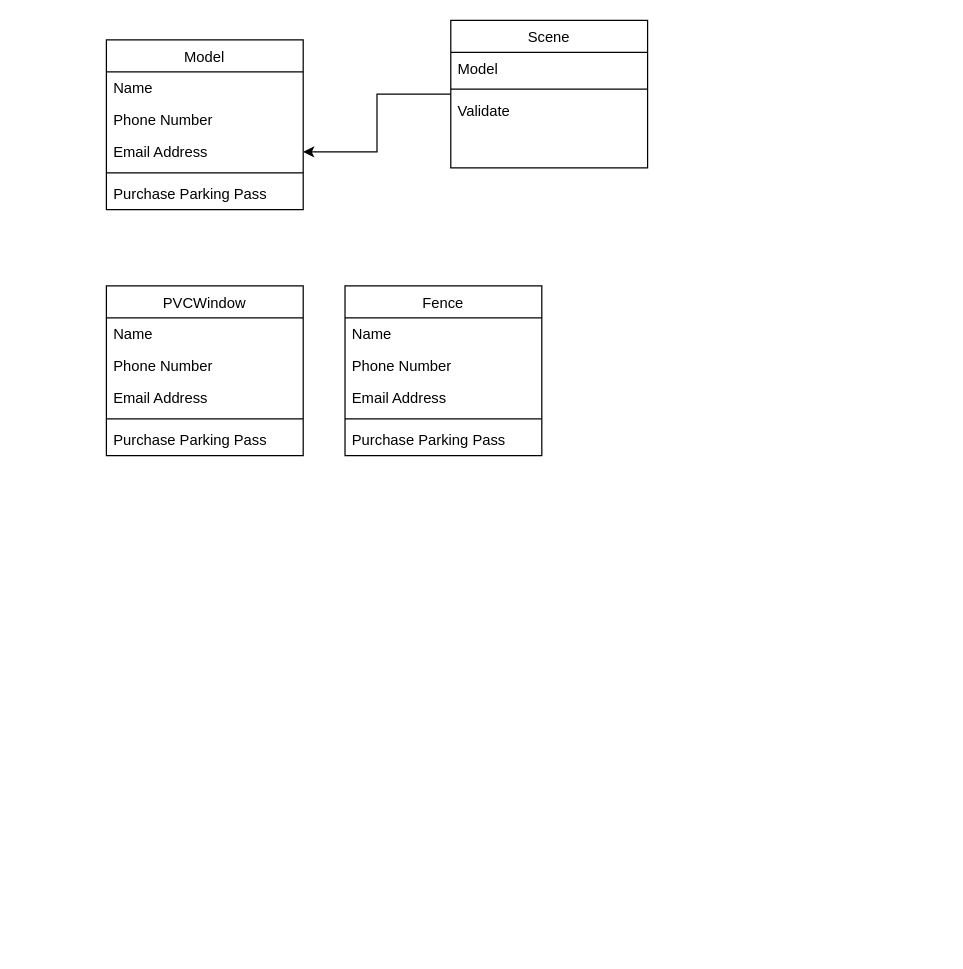
DaddyStannis/build-helper.js keeps this draw.io diagram as Діаграма без назви.drawio. Above is the earlier version. Source tidied: cells renumbered, new cells numbered last; positions are measured from the earlier drawing's top-left corner, leaving out a move shared by most shapes. Both pictures are drawn from the tidied source at 123%, with x=0, y=0 at pixel (106, 20).
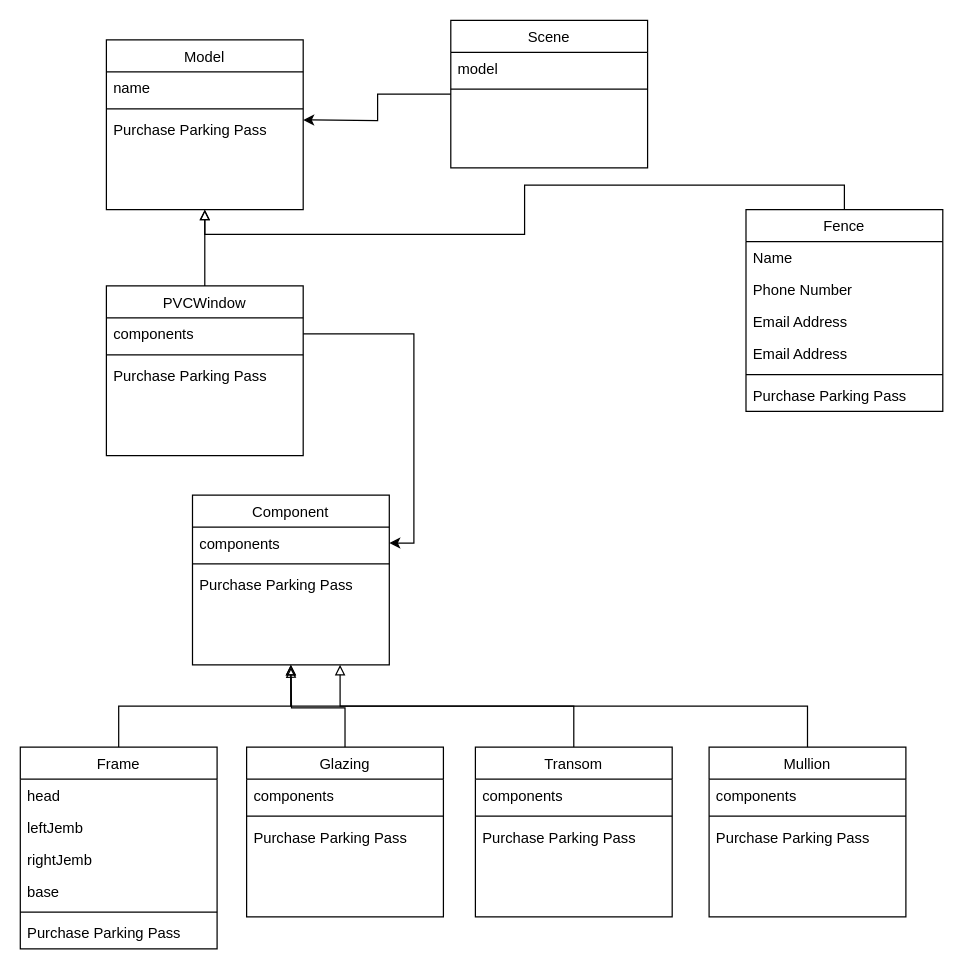
The same diagram, later.

Unchanged cells that the change refers to:
```xml
<mxCell id="2" value="Model" style="swimlane;fontStyle=0;align=center;verticalAlign=top;horizontal=1;startSize=26;rounded=0;shadow=0;strokeWidth=1;" parent="1" vertex="1">
  <mxGeometry y="16" width="160" height="138" as="geometry" />
</mxCell>
<mxCell id="9" value="Scene" style="swimlane;fontStyle=0;align=center;verticalAlign=top;horizontal=1;startSize=26;rounded=0;shadow=0;strokeWidth=1;" parent="1" vertex="1">
  <mxGeometry x="280" width="160" height="120" as="geometry" />
</mxCell>
<mxCell id="13" value="PVCWindow" style="swimlane;fontStyle=0;align=center;verticalAlign=top;horizontal=1;startSize=26;rounded=0;shadow=0;strokeWidth=1;" parent="1" vertex="1">
  <mxGeometry y="216" width="160" height="138" as="geometry" />
</mxCell>
```

Diff of the diagram source:
```diff
@@
-    <mxCell id="3" value="Name" style="text;align=left;verticalAlign=top;spacingLeft=4;spacingRight=4;overflow=hidden;" parent="2" vertex="1">
+    <mxCell id="3" value="name" style="text;align=left;verticalAlign=top;spacingLeft=4;spacingRight=4;overflow=hidden;" parent="2" vertex="1">
       <mxGeometry y="26" width="160" height="26" as="geometry" />
     </mxCell>
-    <mxCell id="4" value="Phone Number" style="text;align=left;verticalAlign=top;spacingLeft=4;spacingRight=4;overflow=hidden;rounded=0;shadow=0;html=0;" parent="2" vertex="1">
-      <mxGeometry y="52" width="160" height="26" as="geometry" />
-    </mxCell>
-    <mxCell id="5" value="Email Address" style="text;align=left;verticalAlign=top;spacingLeft=4;spacingRight=4;overflow=hidden;points=[[0,0.5],[1,0.5]];portConstraint=eastwest;rounded=0;shadow=0;html=0;" parent="2" vertex="1">
-      <mxGeometry y="78" width="160" height="26" as="geometry" />
-    </mxCell>
     <mxCell id="6" style="line;html=1;strokeWidth=1;align=left;verticalAlign=middle;spacingTop=-1;spacingLeft=3;spacingRight=3;labelPosition=right;" parent="2" vertex="1">
-      <mxGeometry y="104" width="160" height="8" as="geometry" />
+      <mxGeometry y="52" width="160" height="8" as="geometry" />
     </mxCell>
     <mxCell id="7" value="Purchase Parking Pass" style="text;align=left;verticalAlign=top;spacingLeft=4;spacingRight=4;overflow=hidden;" parent="2" vertex="1">
-      <mxGeometry y="112" width="160" height="26" as="geometry" />
+      <mxGeometry y="60" width="160" height="26" as="geometry" />
     </mxCell>
-    <mxCell id="8" style="edgeStyle=orthogonalEdgeStyle;rounded=0;jettySize=auto;html=1;" parent="1" edge="1" source="9" target="5">
-      <mxGeometry relative="1" as="geometry" />
+    <mxCell id="8" style="edgeStyle=orthogonalEdgeStyle;rounded=0;jettySize=auto;html=1;" parent="1" edge="1" source="9">
+      <mxGeometry relative="1" as="geometry">
+        <mxPoint x="160" y="81" as="targetPoint" />
+      </mxGeometry>
     </mxCell>
@@
-    <mxCell id="10" value="Model" style="text;align=left;verticalAlign=top;spacingLeft=4;spacingRight=4;overflow=hidden;" parent="9" vertex="1">
+    <mxCell id="10" value="model" style="text;align=left;verticalAlign=top;spacingLeft=4;spacingRight=4;overflow=hidden;" parent="9" vertex="1">
       <mxGeometry y="26" width="160" height="26" as="geometry" />
     </mxCell>
@@
-    <mxCell id="12" value="Validate" style="text;align=left;verticalAlign=top;spacingLeft=4;spacingRight=4;overflow=hidden;" parent="9" vertex="1">
-      <mxGeometry y="60" width="160" height="26" as="geometry" />
-    </mxCell>
+    <mxCell id="25" style="edgeStyle=orthogonalEdgeStyle;rounded=0;jettySize=auto;html=1;exitX=0.5;exitY=0;exitDx=0;exitDy=0;endArrow=block;endFill=0;entryX=0.5;entryY=1;entryDx=0;entryDy=0;" parent="1" edge="1" source="13" target="2">
+      <mxGeometry relative="1" as="geometry" />
+    </mxCell>
@@
-    <mxCell id="14" value="Name" style="text;align=left;verticalAlign=top;spacingLeft=4;spacingRight=4;overflow=hidden;points=[[0,0.5],[1,0.5]];portConstraint=eastwest;" parent="13" vertex="1">
+    <mxCell id="14" value="components&#10;" style="text;align=left;verticalAlign=top;spacingLeft=4;spacingRight=4;overflow=hidden;points=[[0,0.5],[1,0.5]];portConstraint=eastwest;" parent="13" vertex="1">
       <mxGeometry y="26" width="160" height="26" as="geometry" />
     </mxCell>
-    <mxCell id="15" value="Phone Number" style="text;align=left;verticalAlign=top;spacingLeft=4;spacingRight=4;overflow=hidden;rounded=0;shadow=0;html=0;" parent="13" vertex="1">
-      <mxGeometry y="52" width="160" height="26" as="geometry" />
-    </mxCell>
-    <mxCell id="16" value="Email Address" style="text;align=left;verticalAlign=top;spacingLeft=4;spacingRight=4;overflow=hidden;rounded=0;shadow=0;html=0;" parent="13" vertex="1">
-      <mxGeometry y="78" width="160" height="26" as="geometry" />
-    </mxCell>
     <mxCell id="17" style="line;html=1;strokeWidth=1;align=left;verticalAlign=middle;spacingTop=-1;spacingLeft=3;spacingRight=3;labelPosition=right;" parent="13" vertex="1">
-      <mxGeometry y="104" width="160" height="8" as="geometry" />
+      <mxGeometry y="52" width="160" height="8" as="geometry" />
     </mxCell>
     <mxCell id="18" value="Purchase Parking Pass" style="text;align=left;verticalAlign=top;spacingLeft=4;spacingRight=4;overflow=hidden;" parent="13" vertex="1">
-      <mxGeometry y="112" width="160" height="26" as="geometry" />
+      <mxGeometry y="60" width="160" height="26" as="geometry" />
     </mxCell>
     <mxCell id="19" value="Fence" style="swimlane;fontStyle=0;align=center;verticalAlign=top;horizontal=1;startSize=26;rounded=0;shadow=0;strokeWidth=1;" parent="1" vertex="1">
-      <mxGeometry x="194" y="216" width="160" height="138" as="geometry" />
+      <mxGeometry x="520" y="154" width="160" height="164" as="geometry" />
     </mxCell>
@@
+    <mxCell id="26" value="Email Address" style="text;align=left;verticalAlign=top;spacingLeft=4;spacingRight=4;overflow=hidden;rounded=0;shadow=0;html=0;" parent="19" vertex="1">
+      <mxGeometry y="78" width="160" height="26" as="geometry" />
+    </mxCell>
     <mxCell id="22" value="Email Address" style="text;align=left;verticalAlign=top;spacingLeft=4;spacingRight=4;overflow=hidden;rounded=0;shadow=0;html=0;" parent="19" vertex="1">
-      <mxGeometry y="78" width="160" height="26" as="geometry" />
+      <mxGeometry y="104" width="160" height="26" as="geometry" />
     </mxCell>
     <mxCell id="23" style="line;html=1;strokeWidth=1;align=left;verticalAlign=middle;spacingTop=-1;spacingLeft=3;spacingRight=3;labelPosition=right;" parent="19" vertex="1">
-      <mxGeometry y="104" width="160" height="8" as="geometry" />
+      <mxGeometry y="130" width="160" height="8" as="geometry" />
     </mxCell>
     <mxCell id="24" value="Purchase Parking Pass" style="text;align=left;verticalAlign=top;spacingLeft=4;spacingRight=4;overflow=hidden;" parent="19" vertex="1">
-      <mxGeometry y="112" width="160" height="26" as="geometry" />
+      <mxGeometry y="138" width="160" height="26" as="geometry" />
     </mxCell>
+    <mxCell id="27" style="edgeStyle=orthogonalEdgeStyle;rounded=0;jettySize=auto;html=1;exitX=0.5;exitY=0;exitDx=0;exitDy=0;entryX=0.5;entryY=1;entryDx=0;entryDy=0;endArrow=block;endFill=0;strokeWidth=1;" parent="1" edge="1" source="19" target="2">
+      <mxGeometry relative="1" as="geometry" />
+    </mxCell>
+    <mxCell id="28" value="Component" style="swimlane;fontStyle=0;align=center;verticalAlign=top;horizontal=1;startSize=26;rounded=0;shadow=0;strokeWidth=1;" parent="1" vertex="1">
+      <mxGeometry x="70" y="386" width="160" height="138" as="geometry" />
+    </mxCell>
+    <mxCell id="29" value="components&#10;" style="text;align=left;verticalAlign=top;spacingLeft=4;spacingRight=4;overflow=hidden;points=[[0,0.5],[1,0.5]];portConstraint=eastwest;" parent="28" vertex="1">
+      <mxGeometry y="26" width="160" height="26" as="geometry" />
+    </mxCell>
+    <mxCell id="30" style="line;html=1;strokeWidth=1;align=left;verticalAlign=middle;spacingTop=-1;spacingLeft=3;spacingRight=3;labelPosition=right;" parent="28" vertex="1">
+      <mxGeometry y="52" width="160" height="8" as="geometry" />
+    </mxCell>
+    <mxCell id="31" value="Purchase Parking Pass" style="text;align=left;verticalAlign=top;spacingLeft=4;spacingRight=4;overflow=hidden;" parent="28" vertex="1">
+      <mxGeometry y="60" width="160" height="26" as="geometry" />
+    </mxCell>
+    <mxCell id="32" style="edgeStyle=orthogonalEdgeStyle;rounded=0;jettySize=auto;html=1;exitX=0.5;exitY=0;exitDx=0;exitDy=0;entryX=0.75;entryY=1;entryDx=0;entryDy=0;endArrow=block;endFill=0;" parent="1" edge="1" source="33" target="28">
+      <mxGeometry relative="1" as="geometry" />
+    </mxCell>
+    <mxCell id="33" value="Transom" style="swimlane;fontStyle=0;align=center;verticalAlign=top;horizontal=1;startSize=26;rounded=0;shadow=0;strokeWidth=1;" parent="1" vertex="1">
+      <mxGeometry x="300" y="591" width="160" height="138" as="geometry" />
+    </mxCell>
+    <mxCell id="34" value="components&#10;" style="text;align=left;verticalAlign=top;spacingLeft=4;spacingRight=4;overflow=hidden;" parent="33" vertex="1">
+      <mxGeometry y="26" width="160" height="26" as="geometry" />
+    </mxCell>
+    <mxCell id="35" style="line;html=1;strokeWidth=1;align=left;verticalAlign=middle;spacingTop=-1;spacingLeft=3;spacingRight=3;labelPosition=right;" parent="33" vertex="1">
+      <mxGeometry y="52" width="160" height="8" as="geometry" />
+    </mxCell>
+    <mxCell id="36" value="Purchase Parking Pass" style="text;align=left;verticalAlign=top;spacingLeft=4;spacingRight=4;overflow=hidden;" parent="33" vertex="1">
+      <mxGeometry y="60" width="160" height="26" as="geometry" />
+    </mxCell>
+    <mxCell id="37" style="edgeStyle=orthogonalEdgeStyle;rounded=0;jettySize=auto;html=1;exitX=0.5;exitY=0;exitDx=0;exitDy=0;entryX=0.5;entryY=1;entryDx=0;entryDy=0;endArrow=block;endFill=0;" parent="1" edge="1" source="38" target="28">
+      <mxGeometry relative="1" as="geometry" />
+    </mxCell>
+    <mxCell id="38" value="Mullion" style="swimlane;fontStyle=0;align=center;verticalAlign=top;horizontal=1;startSize=26;rounded=0;shadow=0;strokeWidth=1;" parent="1" vertex="1">
+      <mxGeometry x="490" y="591" width="160" height="138" as="geometry" />
+    </mxCell>
+    <mxCell id="39" value="components&#10;" style="text;align=left;verticalAlign=top;spacingLeft=4;spacingRight=4;overflow=hidden;" parent="38" vertex="1">
+      <mxGeometry y="26" width="160" height="26" as="geometry" />
+    </mxCell>
+    <mxCell id="40" style="line;html=1;strokeWidth=1;align=left;verticalAlign=middle;spacingTop=-1;spacingLeft=3;spacingRight=3;labelPosition=right;" parent="38" vertex="1">
+      <mxGeometry y="52" width="160" height="8" as="geometry" />
+    </mxCell>
+    <mxCell id="41" value="Purchase Parking Pass" style="text;align=left;verticalAlign=top;spacingLeft=4;spacingRight=4;overflow=hidden;" parent="38" vertex="1">
+      <mxGeometry y="60" width="160" height="26" as="geometry" />
+    </mxCell>
+    <mxCell id="42" style="edgeStyle=orthogonalEdgeStyle;rounded=0;jettySize=auto;html=1;exitX=0.5;exitY=0;exitDx=0;exitDy=0;endArrow=block;endFill=0;" parent="1" edge="1" source="43">
+      <mxGeometry relative="1" as="geometry">
+        <mxPoint x="150" y="526" as="targetPoint" />
+      </mxGeometry>
+    </mxCell>
+    <mxCell id="43" value="Glazing" style="swimlane;fontStyle=0;align=center;verticalAlign=top;horizontal=1;startSize=26;rounded=0;shadow=0;strokeWidth=1;" parent="1" vertex="1">
+      <mxGeometry x="114" y="591" width="160" height="138" as="geometry" />
+    </mxCell>
+    <mxCell id="44" value="components&#10;" style="text;align=left;verticalAlign=top;spacingLeft=4;spacingRight=4;overflow=hidden;" parent="43" vertex="1">
+      <mxGeometry y="26" width="160" height="26" as="geometry" />
+    </mxCell>
+    <mxCell id="45" style="line;html=1;strokeWidth=1;align=left;verticalAlign=middle;spacingTop=-1;spacingLeft=3;spacingRight=3;labelPosition=right;" parent="43" vertex="1">
+      <mxGeometry y="52" width="160" height="8" as="geometry" />
+    </mxCell>
+    <mxCell id="46" value="Purchase Parking Pass" style="text;align=left;verticalAlign=top;spacingLeft=4;spacingRight=4;overflow=hidden;" parent="43" vertex="1">
+      <mxGeometry y="60" width="160" height="26" as="geometry" />
+    </mxCell>
+    <mxCell id="47" style="edgeStyle=orthogonalEdgeStyle;rounded=0;jettySize=auto;html=1;exitX=0.5;exitY=0;exitDx=0;exitDy=0;entryX=0.5;entryY=1;entryDx=0;entryDy=0;endArrow=block;endFill=0;" parent="1" edge="1" source="48" target="28">
+      <mxGeometry relative="1" as="geometry" />
+    </mxCell>
+    <mxCell id="48" value="Frame" style="swimlane;fontStyle=0;align=center;verticalAlign=top;horizontal=1;startSize=26;rounded=0;shadow=0;strokeWidth=1;" parent="1" vertex="1">
+      <mxGeometry x="-70" y="591" width="160" height="164" as="geometry" />
+    </mxCell>
+    <mxCell id="49" value="head" style="text;align=left;verticalAlign=top;spacingLeft=4;spacingRight=4;overflow=hidden;" parent="48" vertex="1">
+      <mxGeometry y="26" width="160" height="26" as="geometry" />
+    </mxCell>
+    <mxCell id="50" value="leftJemb" style="text;align=left;verticalAlign=top;spacingLeft=4;spacingRight=4;overflow=hidden;" parent="48" vertex="1">
+      <mxGeometry y="52" width="160" height="26" as="geometry" />
+    </mxCell>
+    <mxCell id="51" value="rightJemb" style="text;align=left;verticalAlign=top;spacingLeft=4;spacingRight=4;overflow=hidden;" parent="48" vertex="1">
+      <mxGeometry y="78" width="160" height="26" as="geometry" />
+    </mxCell>
+    <mxCell id="52" value="base" style="text;align=left;verticalAlign=top;spacingLeft=4;spacingRight=4;overflow=hidden;" parent="48" vertex="1">
+      <mxGeometry y="104" width="160" height="26" as="geometry" />
+    </mxCell>
+    <mxCell id="53" style="line;html=1;strokeWidth=1;align=left;verticalAlign=middle;spacingTop=-1;spacingLeft=3;spacingRight=3;labelPosition=right;" parent="48" vertex="1">
+      <mxGeometry y="130" width="160" height="8" as="geometry" />
+    </mxCell>
+    <mxCell id="54" value="Purchase Parking Pass" style="text;align=left;verticalAlign=top;spacingLeft=4;spacingRight=4;overflow=hidden;" parent="48" vertex="1">
+      <mxGeometry y="138" width="160" height="26" as="geometry" />
+    </mxCell>
+    <mxCell id="55" style="edgeStyle=orthogonalEdgeStyle;rounded=0;jettySize=auto;html=1;exitX=1;exitY=0.5;exitDx=0;exitDy=0;entryX=1;entryY=0.5;entryDx=0;entryDy=0;" parent="1" edge="1" source="14" target="29">
+      <mxGeometry relative="1" as="geometry" />
+    </mxCell>
```
